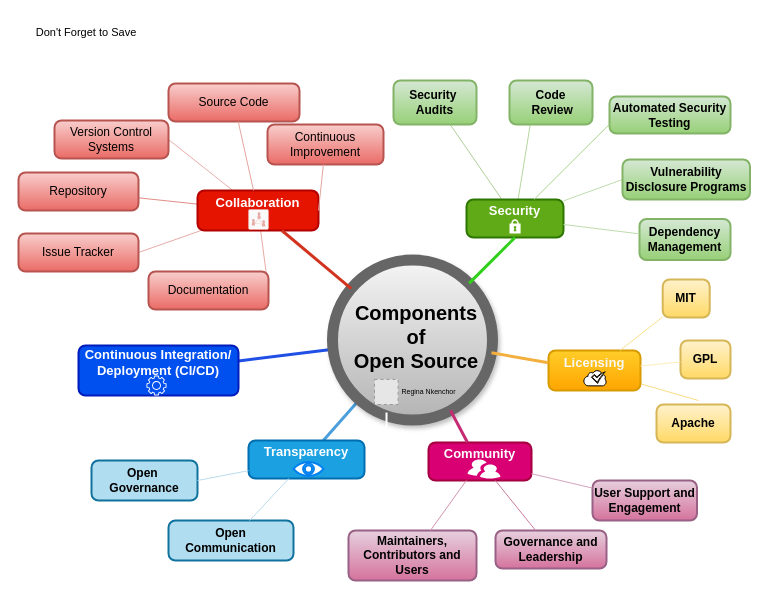
Earlier version of the draw.io diagram page "Page-1" (1 of 2) of Untitled Diagram.drawio (nkemregina/Open-Source-OSPO-Diagrams). Source tidied: cells renumbered, new cells numbered last; positions are measured from the earlier drawing's top-left corner, leaving out a move shared by most shapes. Both pictures are drawn from the tidied source at 100%, with x=0, y=0 at pixel (18, 17). Pictures stored in the file or linked from it are replaced by grey dashed boxes.
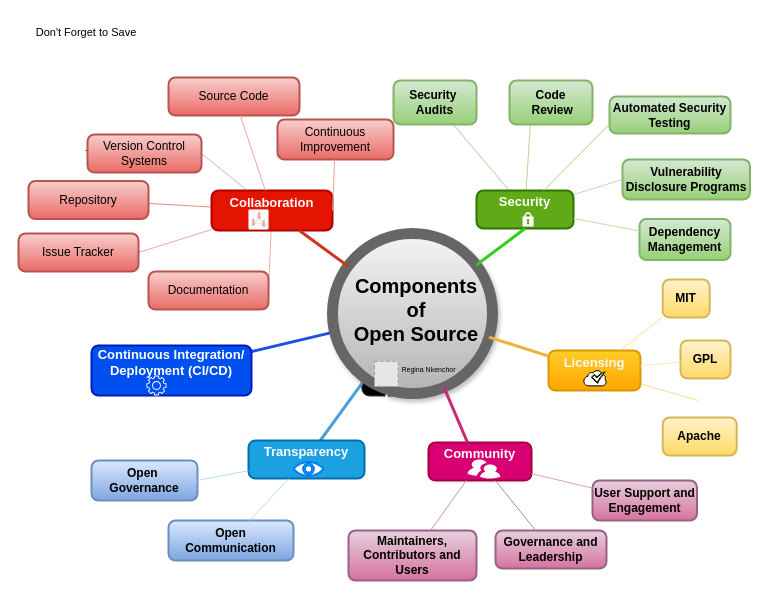
Above is the later version.

Diff of the diagram source:
```diff
@@
     <mxCell id="6" value="&lt;div style=&quot;font-size: 20px;&quot;&gt;&lt;font style=&quot;font-size: 20px;&quot; face=&quot;Times New Roman&quot;&gt;&lt;br&gt;&lt;/font&gt;&lt;/div&gt;&lt;div style=&quot;font-size: 20px;&quot;&gt;&lt;font style=&quot;font-size: 20px;&quot; face=&quot;5M5m2MdW8WImfhbd9H8V&quot;&gt;&lt;br&gt;&lt;/font&gt;&lt;/div&gt;&lt;div style=&quot;font-size: 20px;&quot;&gt;&lt;font style=&quot;font-size: 20px;&quot; face=&quot;5M5m2MdW8WImfhbd9H8V&quot;&gt;&lt;br&gt;&lt;/font&gt;&lt;/div&gt;&lt;div style=&quot;font-size: 20px;&quot;&gt;&lt;font style=&quot;font-size: 20px;&quot; face=&quot;5M5m2MdW8WImfhbd9H8V&quot;&gt;&lt;br&gt;&lt;/font&gt;&lt;/div&gt;&lt;div style=&quot;font-size: 20px;&quot;&gt;&lt;font style=&quot;font-size: 20px;&quot; face=&quot;5M5m2MdW8WImfhbd9H8V&quot;&gt;&lt;br&gt;&lt;/font&gt;&lt;/div&gt;&lt;div style=&quot;font-size: 20px;&quot;&gt;&lt;font style=&quot;font-size: 20px;&quot; face=&quot;5M5m2MdW8WImfhbd9H8V&quot;&gt;&lt;br&gt;&lt;/font&gt;&lt;/div&gt;&lt;div style=&quot;font-size: 20px;&quot;&gt;&lt;font style=&quot;font-size: 20px;&quot; face=&quot;5M5m2MdW8WImfhbd9H8V&quot;&gt;Components&lt;/font&gt;&lt;/div&gt;&lt;div style=&quot;font-size: 20px;&quot;&gt;&lt;font style=&quot;font-size: 20px;&quot; face=&quot;5M5m2MdW8WImfhbd9H8V&quot;&gt;of &lt;/font&gt;&lt;font style=&quot;font-size: 20px;&quot; face=&quot;5M5m2MdW8WImfhbd9H8V&quot;&gt;&lt;br&gt;&lt;/font&gt;&lt;/div&gt;&lt;div style=&quot;font-size: 20px;&quot;&gt;&lt;font style=&quot;font-size: 20px;&quot; face=&quot;5M5m2MdW8WImfhbd9H8V&quot;&gt;Open Source&lt;/font&gt;&lt;/div&gt;&lt;div style=&quot;font-size: 20px;&quot;&gt;&lt;font style=&quot;font-size: 20px;&quot; face=&quot;5M5m2MdW8WImfhbd9H8V&quot;&gt;&lt;br&gt;&lt;/font&gt;&lt;/div&gt;&lt;div style=&quot;font-size: 20px;&quot;&gt;&lt;font style=&quot;font-size: 20px;&quot; face=&quot;5M5m2MdW8WImfhbd9H8V&quot;&gt;&lt;br&gt;&lt;/font&gt;&lt;/div&gt;&lt;div style=&quot;font-size: 20px;&quot;&gt;&lt;font style=&quot;font-size: 20px;&quot; face=&quot;5M5m2MdW8WImfhbd9H8V&quot;&gt;&lt;br&gt;&lt;/font&gt;&lt;/div&gt;&lt;div style=&quot;font-size: 20px;&quot;&gt;&lt;font style=&quot;font-size: 20px;&quot; face=&quot;5M5m2MdW8WImfhbd9H8V&quot;&gt;&lt;br&gt;&lt;/font&gt;&lt;/div&gt;&lt;div style=&quot;font-size: 20px;&quot;&gt;&lt;font style=&quot;font-size: 20px;&quot; face=&quot;5M5m2MdW8WImfhbd9H8V&quot;&gt;&lt;br&gt;&lt;/font&gt;&lt;/div&gt;&lt;div style=&quot;font-size: 20px;&quot;&gt;&lt;font style=&quot;font-size: 20px;&quot; face=&quot;5M5m2MdW8WImfhbd9H8V&quot;&gt;&amp;nbsp; &lt;br&gt;&lt;/font&gt;&lt;/div&gt;&lt;div style=&quot;font-size: 20px;&quot;&gt;&lt;font style=&quot;font-size: 20px;&quot; face=&quot;5M5m2MdW8WImfhbd9H8V&quot;&gt;&lt;br&gt;&lt;/font&gt;&lt;/div&gt;" style="ellipse;strokeWidth=11;whiteSpace=wrap;fontStyle=1;fillColor=#f5f5f5;shadow=1;strokeColor=#666666;gradientColor=#b3b3b3;fontSize=16;labelBorderColor=none;html=1;portConstraintRotation=0;movableLabel=1;align=center;" parent="1" vertex="1">
-      <mxGeometry x="314" y="242.5" width="160" height="160" as="geometry">
+      <mxGeometry x="314" y="216" width="160" height="160" as="geometry">
         <mxPoint x="4" y="8" as="offset" />
       </mxGeometry>
     </mxCell>
@@
     <mxCell id="11" value="Apache" style="rounded=1;absoluteArcSize=1;arcSize=14;whiteSpace=wrap;strokeWidth=2;fillColor=#fff2cc;gradientColor=#ffd966;strokeColor=#d6b656;fontStyle=1;" parent="1" vertex="1">
-      <mxGeometry x="638" y="387" width="74" height="38" as="geometry" />
+      <mxGeometry x="644.2" y="400" width="74" height="38" as="geometry" />
     </mxCell>
@@
-    <mxCell id="17" value="Open Communication" style="rounded=1;absoluteArcSize=1;arcSize=14;whiteSpace=wrap;strokeWidth=2;fillColor=#b1ddf0;strokeColor=#10739e;fontStyle=1;" parent="1" vertex="1">
+    <mxCell id="17" value="Open Communication" style="rounded=1;absoluteArcSize=1;arcSize=14;whiteSpace=wrap;strokeWidth=2;fillColor=#dae8fc;strokeColor=#6c8ebf;fontStyle=1;gradientColor=#7ea6e0;" parent="1" vertex="1">
       <mxGeometry x="150" y="503" width="125" height="40" as="geometry" />
     </mxCell>
-    <mxCell id="18" value="Open &#10;Governance" style="rounded=1;absoluteArcSize=1;arcSize=14;whiteSpace=wrap;strokeWidth=2;fillColor=#b1ddf0;strokeColor=#10739e;fontStyle=1;" parent="1" vertex="1">
+    <mxCell id="18" value="Open &#10;Governance" style="rounded=1;absoluteArcSize=1;arcSize=14;whiteSpace=wrap;strokeWidth=2;fillColor=#dae8fc;strokeColor=#6c8ebf;fontStyle=1;gradientColor=#7ea6e0;" parent="1" vertex="1">
       <mxGeometry x="73" y="443" width="106" height="40" as="geometry" />
     </mxCell>
@@
     <mxCell id="23" value="Collaboration&#10;" style="rounded=1;absoluteArcSize=1;arcSize=14;whiteSpace=wrap;strokeWidth=2;fillColor=#e51400;fontColor=#ffffff;strokeColor=#B20000;fontStyle=1;fontSize=13;" parent="1" vertex="1">
-      <mxGeometry x="179" y="173" width="121" height="40" as="geometry" />
+      <mxGeometry x="193" y="173" width="121" height="40" as="geometry" />
     </mxCell>
@@
     <mxCell id="25" value="Version Control Systems" style="rounded=1;absoluteArcSize=1;arcSize=14;whiteSpace=wrap;strokeWidth=2;fillColor=#f8cecc;strokeColor=#b85450;gradientColor=#ea6b66;" parent="1" vertex="1">
-      <mxGeometry x="36" y="103" width="114" height="38" as="geometry" />
+      <mxGeometry x="69" y="117" width="114" height="38" as="geometry" />
     </mxCell>
     <mxCell id="26" value="Source Code" style="rounded=1;absoluteArcSize=1;arcSize=14;whiteSpace=wrap;strokeWidth=2;fillColor=#f8cecc;strokeColor=#b85450;gradientColor=#ea6b66;" parent="1" vertex="1">
-      <mxGeometry x="150" y="66" width="131" height="38" as="geometry" />
+      <mxGeometry x="150" y="60" width="131" height="38" as="geometry" />
     </mxCell>
     <mxCell id="27" value="Repository" style="rounded=1;absoluteArcSize=1;arcSize=14;whiteSpace=wrap;strokeWidth=2;fillColor=#f8cecc;strokeColor=#b85450;gradientColor=#ea6b66;" parent="1" vertex="1">
-      <mxGeometry y="155" width="120" height="38" as="geometry" />
+      <mxGeometry x="10" y="163.5" width="120" height="38" as="geometry" />
     </mxCell>
@@
     <mxCell id="31" value="Security&#10;" style="rounded=1;absoluteArcSize=1;arcSize=14;whiteSpace=wrap;strokeWidth=2;fontStyle=1;fillColor=#60a917;strokeColor=#2D7600;fontColor=#ffffff;fontSize=13;" parent="1" vertex="1">
-      <mxGeometry x="448" y="182" width="97" height="38" as="geometry" />
+      <mxGeometry x="458" y="173" width="97" height="38" as="geometry" />
     </mxCell>
     <mxCell id="32" value="Continuous Improvement" style="rounded=1;absoluteArcSize=1;arcSize=14;whiteSpace=wrap;strokeWidth=2;fillColor=#f8cecc;strokeColor=#b85450;gradientColor=#ea6b66;" parent="1" vertex="1">
-      <mxGeometry x="249" y="107" width="116" height="40" as="geometry" />
+      <mxGeometry x="259" y="102" width="116" height="40" as="geometry" />
     </mxCell>
@@
     <mxCell id="52" style="sketch=0;html=1;strokeColor=none;shadow=0;fillColor=#FFFFFF;verticalAlign=top;labelPosition=center;verticalLabelPosition=bottom;shape=mxgraph.gcp2.lock;fontFamily=Helvetica;fontSize=11;fontColor=default;labelBackgroundColor=default;" parent="1" vertex="1">
-      <mxGeometry x="491" y="201.7" width="11.1" height="14.3" as="geometry" />
+      <mxGeometry x="504" y="194.7" width="11.1" height="14.3" as="geometry" />
     </mxCell>
@@
     <mxCell id="56" value="Continuous Integration/ Deployment (CI/CD)&#10;" style="rounded=1;absoluteArcSize=1;arcSize=14;whiteSpace=wrap;strokeWidth=2;fillColor=#0050ef;fontColor=#ffffff;strokeColor=#001DBC;fontSize=13;fontStyle=1;" parent="1" vertex="1">
-      <mxGeometry x="60" y="328" width="160" height="50" as="geometry" />
+      <mxGeometry x="73" y="328" width="160" height="50" as="geometry" />
     </mxCell>
@@
     <mxCell id="63" value="&#10;" style="fillColor=#E6E6E6;strokeColor=#999999;dashed=1;verticalLabelPosition=bottom;labelBackgroundColor=default;verticalAlign=top;" parent="1" vertex="1">
-      <mxGeometry x="356" y="361.9" width="23.6" height="25.1" as="geometry" />
+      <mxGeometry x="356" y="343.9" width="23.6" height="25.1" as="geometry" />
     </mxCell>
     <mxCell id="64" value="Regina Nkenchor " style="text;html=1;align=center;verticalAlign=middle;whiteSpace=wrap;rounded=0;fontFamily=Helvetica;fontSize=7;fontColor=default;labelBackgroundColor=none;" parent="1" vertex="1">
-      <mxGeometry x="378" y="370" width="65" height="10" as="geometry" />
+      <mxGeometry x="378" y="348" width="65" height="10" as="geometry" />
     </mxCell>
```
